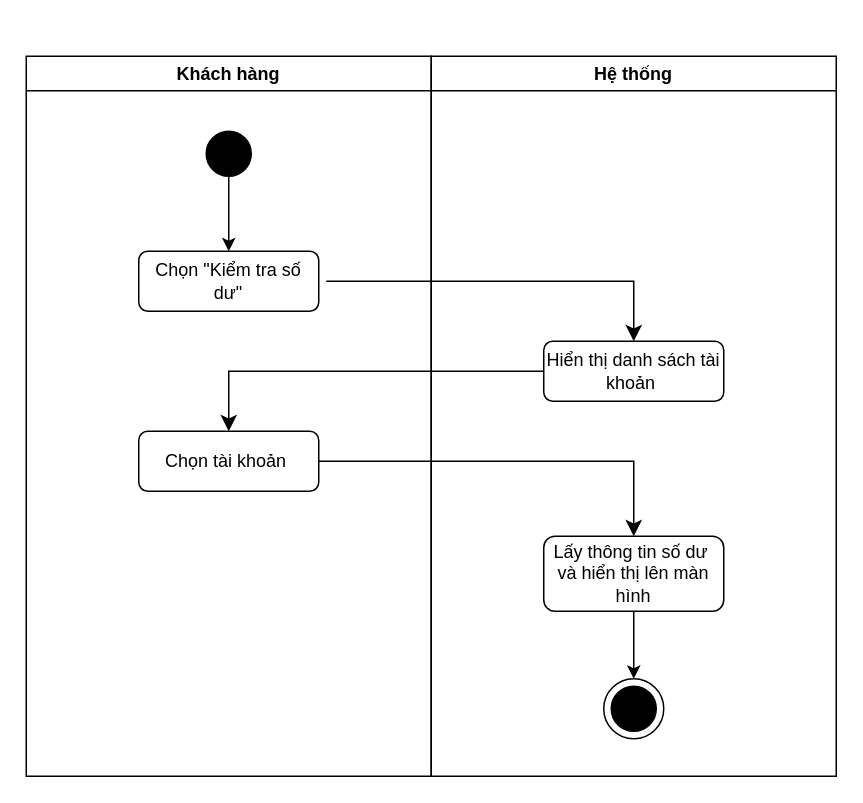
Above: uml/activity4.drawio in HoangDucBach/bghc (draw.io), before the change. Source tidied: cells renumbered, new cells numbered last; positions are measured from the earlier drawing's top-left corner, leaving out a move shared by most shapes. Both pictures are drawn from the tidied source at 150%, with x=0, y=0 at pixel (26, 56).
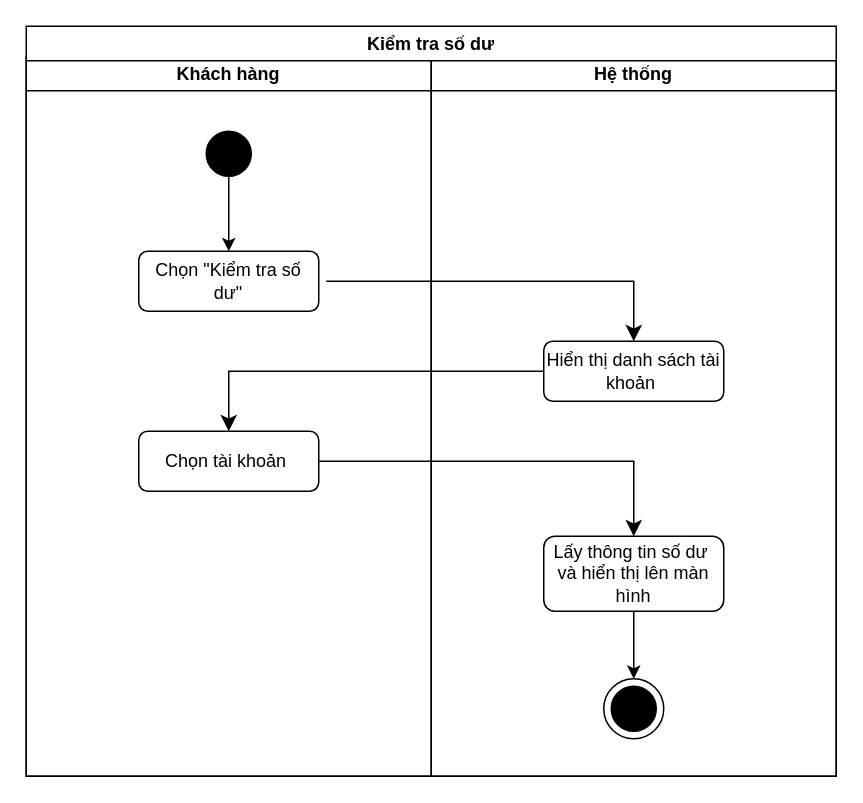
Above is the later version.

Commit message (it also covers changes not shown here):
fix(uml): add name

The edit, as a diff of the source:
```diff
@@
 <mxGraphModel>
   <root>
     <mxCell id="0" />
     <mxCell id="1" parent="0" />
     <mxCell id="2" style="edgeStyle=orthogonalEdgeStyle;rounded=0;jettySize=auto;html=1;exitX=0.5;exitY=1;exitDx=0;exitDy=0;" parent="1" edge="1" source="3" target="5">
       <mxGeometry relative="1" as="geometry" />
     </mxCell>
     <mxCell id="3" style="ellipse;fillColor=strokeColor;html=1;" parent="1" vertex="1">
       <mxGeometry x="120" y="50" width="30" height="30" as="geometry" />
     </mxCell>
     <mxCell id="4" value="Khách hàng" style="swimlane;whiteSpace=wrap;html=1;" parent="1" vertex="1">
       <mxGeometry width="270" height="480" as="geometry" />
     </mxCell>
     <mxCell id="5" value="Chọn &quot;Kiểm tra số dư&quot;" style="rounded=1;whiteSpace=wrap;html=1;fontSize=12;glass=0;strokeWidth=1;shadow=0;" parent="4" vertex="1">
       <mxGeometry x="75" y="130" width="120" height="40" as="geometry" />
     </mxCell>
     <mxCell id="6" value="Chọn tài khoản&amp;nbsp;" style="rounded=1;whiteSpace=wrap;html=1;fontSize=12;glass=0;strokeWidth=1;shadow=0;" parent="4" vertex="1">
       <mxGeometry x="75" y="250" width="120" height="40" as="geometry" />
     </mxCell>
     <mxCell id="7" value="Hệ thống" style="swimlane;whiteSpace=wrap;html=1;" parent="1" vertex="1">
       <mxGeometry x="270" width="270" height="480" as="geometry" />
     </mxCell>
     <mxCell id="8" value="Hiển thị danh sách tài khoản&amp;nbsp;" style="rounded=1;whiteSpace=wrap;html=1;fontSize=12;glass=0;strokeWidth=1;shadow=0;" parent="7" vertex="1">
       <mxGeometry x="75" y="190" width="120" height="40" as="geometry" />
     </mxCell>
     <mxCell id="9" value="Lấy thông tin số dư&amp;nbsp;&lt;div&gt;và hiển thị lên màn hình&lt;/div&gt;" style="rounded=1;whiteSpace=wrap;html=1;fontSize=12;glass=0;strokeWidth=1;shadow=0;" parent="7" vertex="1">
       <mxGeometry x="75" y="320" width="120" height="50" as="geometry" />
     </mxCell>
     <mxCell id="10" style="ellipse;whiteSpace=wrap;html=1;" parent="7" vertex="1">
       <mxGeometry x="115" y="415" width="40" height="40" as="geometry" />
     </mxCell>
     <mxCell id="11" style="endArrow=classic;html=1;rounded=0;exitX=0.5;exitY=1;exitDx=0;exitDy=0;entryX=0.5;entryY=0;entryDx=0;entryDy=0;" parent="7" edge="1" source="9" target="10">
       <mxGeometry relative="1" as="geometry" />
     </mxCell>
     <mxCell id="12" style="ellipse;fillColor=strokeColor;html=1;" parent="7" vertex="1">
       <mxGeometry x="120" y="420" width="30" height="30" as="geometry" />
     </mxCell>
     <mxCell id="13" style="edgeStyle=segmentEdgeStyle;endArrow=classic;html=1;curved=0;rounded=0;endSize=8;startSize=8;entryX=0.5;entryY=0;entryDx=0;entryDy=0;" parent="1" edge="1" target="8">
       <mxGeometry relative="1" as="geometry">
         <mxPoint x="200" y="150" as="sourcePoint" />
       </mxGeometry>
     </mxCell>
     <mxCell id="14" style="edgeStyle=segmentEdgeStyle;endArrow=classic;html=1;curved=0;rounded=0;endSize=8;startSize=8;exitX=0;exitY=0.5;exitDx=0;exitDy=0;entryX=0.5;entryY=0;entryDx=0;entryDy=0;" parent="1" edge="1" source="8" target="6">
       <mxGeometry relative="1" as="geometry" />
     </mxCell>
     <mxCell id="15" style="edgeStyle=segmentEdgeStyle;endArrow=classic;html=1;curved=0;rounded=0;endSize=8;startSize=8;exitX=1;exitY=0.5;exitDx=0;exitDy=0;entryX=0.5;entryY=0;entryDx=0;entryDy=0;" parent="1" edge="1" source="6" target="9">
       <mxGeometry relative="1" as="geometry" />
     </mxCell>
+    <mxCell id="16" value="Kiểm tra số dư" style="swimlane;whiteSpace=wrap;html=1;" parent="1" vertex="1">
+      <mxGeometry y="-20" width="540" height="500" as="geometry" />
+    </mxCell>
   </root>
 </mxGraphModel>
```
